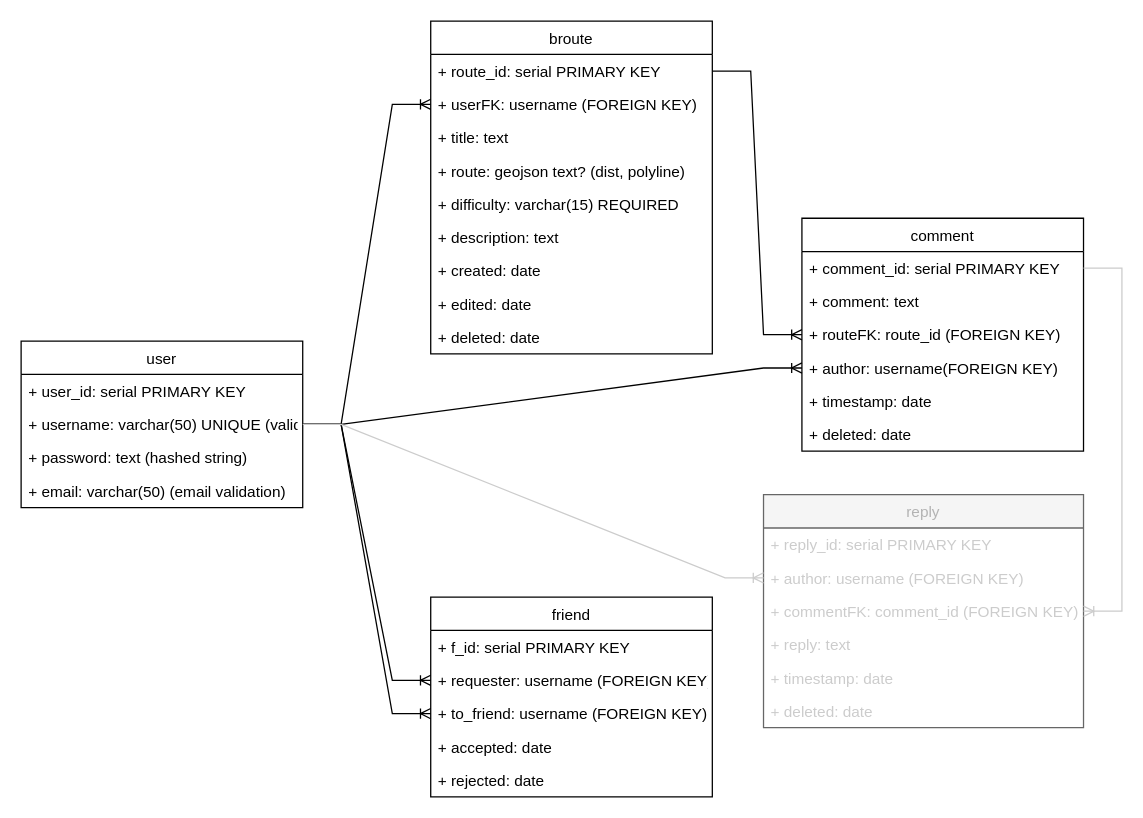
Above: page "schema" (2 of 4) of readme/Cycling.drawio in tang-jh/ga-capstone-bcycling (draw.io), before the change. Source tidied: cells renumbered, new cells numbered last; positions are measured from the earlier drawing's top-left corner, leaving out a move shared by most shapes. Both pictures are drawn from the tidied source at 128%, with x=0, y=0 at pixel (20, 20).
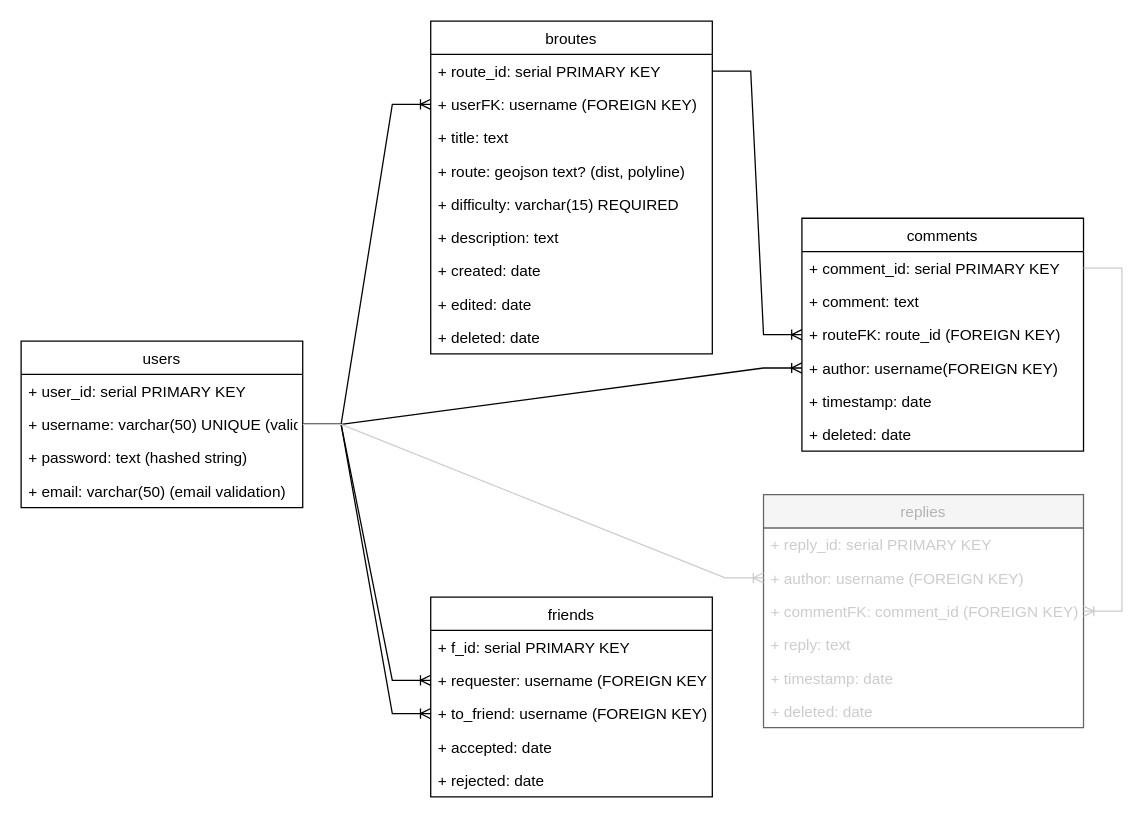
The same page after the edit.

Diff of the diagram source:
```diff
@@
-    <mxCell id="2" value="user" style="swimlane;fontStyle=0;horizontal=1;startSize=26;fillColor=none;fontSize=12;" parent="1" vertex="1">
+    <mxCell id="2" value="users" style="swimlane;fontStyle=0;horizontal=1;startSize=26;fillColor=none;fontSize=12;" parent="1" vertex="1">
       <mxGeometry y="250" width="220" height="130" as="geometry" />
     </mxCell>
@@
-    <mxCell id="7" value="broute" style="swimlane;fontStyle=0;horizontal=1;startSize=26;fillColor=none;fontSize=12;" parent="1" vertex="1">
+    <mxCell id="7" value="broutes" style="swimlane;fontStyle=0;horizontal=1;startSize=26;fillColor=none;fontSize=12;" parent="1" vertex="1">
       <mxGeometry x="320" width="220" height="260" as="geometry" />
     </mxCell>
@@
-    <mxCell id="17" value="comment" style="swimlane;fontStyle=0;horizontal=1;startSize=26;fillColor=none;fontSize=12;" parent="1" vertex="1">
+    <mxCell id="17" value="comments" style="swimlane;fontStyle=0;horizontal=1;startSize=26;fillColor=none;fontSize=12;" parent="1" vertex="1">
       <mxGeometry x="610" y="154" width="220" height="182" as="geometry" />
     </mxCell>
@@
-    <mxCell id="24" value="friend" style="swimlane;fontStyle=0;horizontal=1;startSize=26;fillColor=none;fontSize=12;" parent="1" vertex="1">
+    <mxCell id="24" value="friends" style="swimlane;fontStyle=0;horizontal=1;startSize=26;fillColor=none;fontSize=12;" parent="1" vertex="1">
       <mxGeometry x="320" y="450" width="220" height="156" as="geometry" />
     </mxCell>
@@
-    <mxCell id="35" value="reply" style="swimlane;fontStyle=0;horizontal=1;startSize=26;fillColor=#f5f5f5;fontSize=12;strokeColor=#666666;fontColor=#B3B3B3;" parent="1" vertex="1">
+    <mxCell id="35" value="replies" style="swimlane;fontStyle=0;horizontal=1;startSize=26;fillColor=#f5f5f5;fontSize=12;strokeColor=#666666;fontColor=#B3B3B3;" parent="1" vertex="1">
       <mxGeometry x="580" y="370" width="250" height="182" as="geometry" />
     </mxCell>
```
